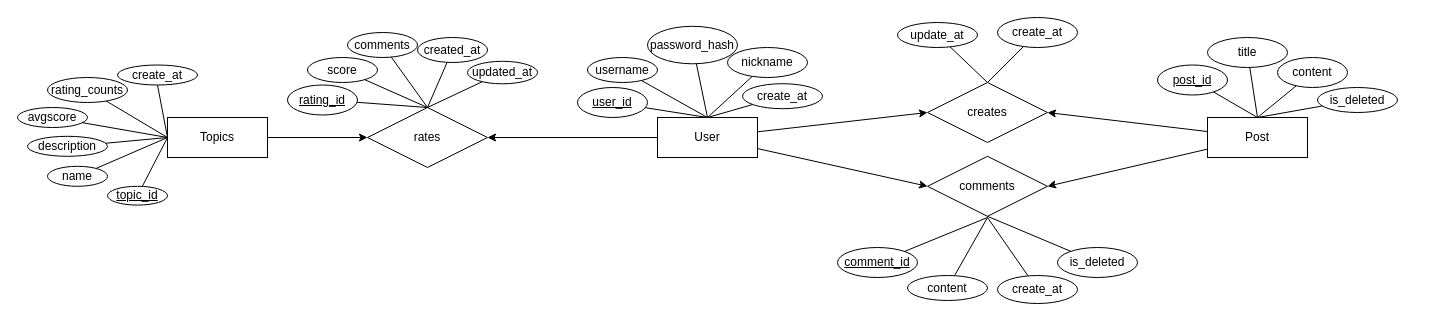
Earlier version of the draw.io diagram 5003_final_project.drawio (Nie-Tianyi/score_talk). Source tidied: cells renumbered, new cells numbered last; positions are measured from the earlier drawing's top-left corner, leaving out a move shared by most shapes. Both pictures are drawn from the tidied source at 100%, with x=0, y=0 at pixel (17, 17).
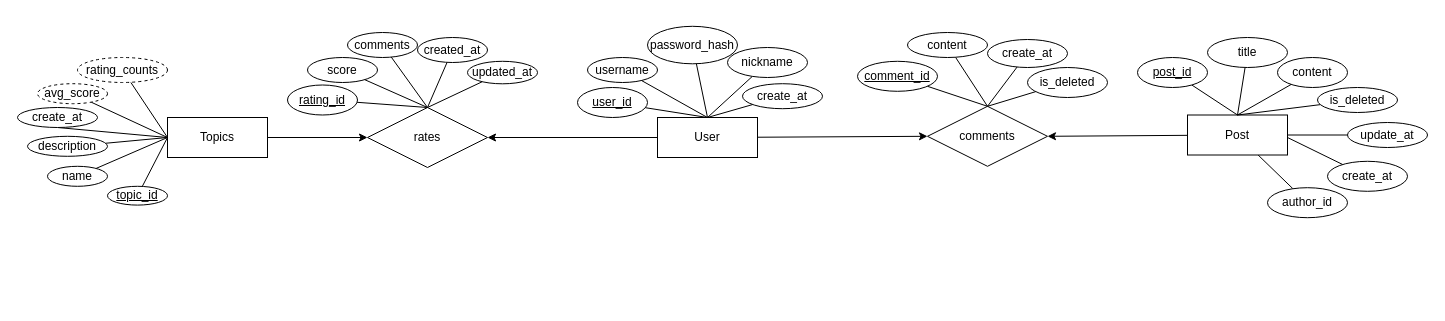
The same page after the edit.

Unchanged cells that the change refers to:
```xml
<mxCell id="5" value="User" style="whiteSpace=wrap;html=1;align=center;" parent="1" vertex="1">
  <mxGeometry x="640" y="100" width="100" height="40" as="geometry" />
</mxCell>
<mxCell id="33" value="Topics" style="whiteSpace=wrap;html=1;align=center;" parent="1" vertex="1">
  <mxGeometry x="150" y="100" width="100" height="40" as="geometry" />
</mxCell>
```

Change to the diagram source:
```diff
@@
-    <mxCell id="2" style="rounded=0;jettySize=auto;html=1;entryX=0;entryY=0.5;entryDx=0;entryDy=0;" parent="1" edge="1" source="5" target="31">
-      <mxGeometry relative="1" as="geometry" />
-    </mxCell>
@@
-    <mxCell id="16" style="rounded=0;jettySize=auto;html=1;entryX=1;entryY=0.5;entryDx=0;entryDy=0;" parent="1" edge="1" source="18" target="31">
-      <mxGeometry relative="1" as="geometry" />
-    </mxCell>
@@
+    <mxCell id="66" style="rounded=0;jettySize=auto;html=1;endArrow=none;endFill=0;" parent="1" edge="1" source="18" target="70">
+      <mxGeometry relative="1" as="geometry" />
+    </mxCell>
     <mxCell id="18" value="Post" style="whiteSpace=wrap;html=1;align=center;" parent="1" vertex="1">
-      <mxGeometry x="1190" y="100" width="100" height="40" as="geometry" />
+      <mxGeometry x="1170" y="97.5" width="100" height="40" as="geometry" />
     </mxCell>
@@
     <mxCell id="20" value="post_id" style="ellipse;whiteSpace=wrap;html=1;align=center;fontStyle=4;" parent="1" vertex="1">
-      <mxGeometry x="1140" y="47.5" width="70" height="30" as="geometry" />
+      <mxGeometry x="1120" y="40" width="70" height="30" as="geometry" />
     </mxCell>
@@
-    <mxCell id="25" style="rounded=0;jettySize=auto;html=1;endArrow=none;endFill=0;entryX=0.5;entryY=0;entryDx=0;entryDy=0;" parent="1" edge="1" source="26" target="31">
-      <mxGeometry relative="1" as="geometry" />
+    <mxCell id="25" style="rounded=0;jettySize=auto;html=1;endArrow=none;endFill=0;" parent="1" edge="1" source="26">
+      <mxGeometry relative="1" as="geometry">
+        <mxPoint x="1270" y="120" as="targetPoint" />
+      </mxGeometry>
     </mxCell>
     <mxCell id="26" value="create_at" style="ellipse;whiteSpace=wrap;html=1;align=center;" parent="1" vertex="1">
-      <mxGeometry x="980" width="80" height="30" as="geometry" />
+      <mxGeometry x="1310" y="143.8" width="80" height="30" as="geometry" />
     </mxCell>
-    <mxCell id="27" style="rounded=0;jettySize=auto;html=1;entryX=0.5;entryY=0;entryDx=0;entryDy=0;endArrow=none;endFill=0;" parent="1" edge="1" source="28" target="31">
+    <mxCell id="27" style="rounded=0;jettySize=auto;html=1;entryX=1;entryY=0.5;entryDx=0;entryDy=0;endArrow=none;endFill=0;" parent="1" edge="1" source="28" target="18">
       <mxGeometry relative="1" as="geometry" />
     </mxCell>
     <mxCell id="28" value="update_at" style="ellipse;whiteSpace=wrap;html=1;align=center;" parent="1" vertex="1">
-      <mxGeometry x="880" y="5" width="80" height="25" as="geometry" />
+      <mxGeometry x="1330" y="105" width="80" height="25" as="geometry" />
     </mxCell>
@@
-    <mxCell id="31" value="creates" style="shape=rhombus;perimeter=rhombusPerimeter;whiteSpace=wrap;html=1;align=center;" parent="1" vertex="1">
-      <mxGeometry x="910" y="65" width="120" height="60" as="geometry" />
-    </mxCell>
@@
-    <mxCell id="40" style="rounded=0;jettySize=auto;html=1;endArrow=none;endFill=0;entryX=0;entryY=0.5;entryDx=0;entryDy=0;" parent="1" edge="1" source="41" target="33">
-      <mxGeometry relative="1" as="geometry" />
-    </mxCell>
-    <mxCell id="41" value="avgscore" style="ellipse;whiteSpace=wrap;html=1;align=center;" parent="1" vertex="1">
-      <mxGeometry y="90" width="70" height="20" as="geometry" />
-    </mxCell>
-    <mxCell id="42" style="rounded=0;jettySize=auto;html=1;entryX=0;entryY=0.5;entryDx=0;entryDy=0;endArrow=none;endFill=0;" parent="1" edge="1" source="43" target="33">
-      <mxGeometry relative="1" as="geometry" />
-    </mxCell>
-    <mxCell id="43" value="rating_counts" style="ellipse;whiteSpace=wrap;html=1;align=center;" parent="1" vertex="1">
-      <mxGeometry x="30" y="60" width="80" height="25" as="geometry" />
-    </mxCell>
@@
     <mxCell id="45" value="create_at" style="ellipse;whiteSpace=wrap;html=1;align=center;" parent="1" vertex="1">
-      <mxGeometry x="100" y="47.5" width="80" height="20" as="geometry" />
+      <mxGeometry y="90" width="80" height="20" as="geometry" />
     </mxCell>
@@
     <mxCell id="57" value="comments" style="shape=rhombus;perimeter=rhombusPerimeter;whiteSpace=wrap;html=1;align=center;" parent="1" vertex="1">
-      <mxGeometry x="910" y="138.8" width="120" height="60" as="geometry" />
+      <mxGeometry x="910" y="88.8" width="120" height="60" as="geometry" />
     </mxCell>
-    <mxCell id="58" style="rounded=0;jettySize=auto;html=1;endArrow=none;endFill=0;" parent="1" edge="1" source="59">
-      <mxGeometry relative="1" as="geometry">
-        <mxPoint x="970" y="200" as="targetPoint" />
-      </mxGeometry>
+    <mxCell id="58" style="rounded=0;jettySize=auto;html=1;endArrow=none;endFill=0;entryX=0.5;entryY=0;entryDx=0;entryDy=0;" parent="1" edge="1" source="59" target="57">
+      <mxGeometry relative="1" as="geometry" />
     </mxCell>
     <mxCell id="59" value="comment_id" style="ellipse;whiteSpace=wrap;html=1;align=center;fontStyle=4;" parent="1" vertex="1">
-      <mxGeometry x="820" y="230" width="80" height="30" as="geometry" />
+      <mxGeometry x="840" y="43.8" width="80" height="30" as="geometry" />
     </mxCell>
-    <mxCell id="60" style="rounded=0;jettySize=auto;html=1;endArrow=none;endFill=0;" parent="1" edge="1" source="61">
-      <mxGeometry relative="1" as="geometry">
-        <mxPoint x="970" y="200" as="targetPoint" />
-      </mxGeometry>
+    <mxCell id="60" style="rounded=0;jettySize=auto;html=1;endArrow=none;endFill=0;entryX=0.5;entryY=0;entryDx=0;entryDy=0;" parent="1" edge="1" source="61" target="57">
+      <mxGeometry relative="1" as="geometry" />
     </mxCell>
     <mxCell id="61" value="content" style="ellipse;whiteSpace=wrap;html=1;align=center;" parent="1" vertex="1">
-      <mxGeometry x="890" y="258" width="80" height="25" as="geometry" />
+      <mxGeometry x="890" y="15" width="80" height="25" as="geometry" />
     </mxCell>
-    <mxCell id="62" style="rounded=0;jettySize=auto;html=1;endArrow=none;endFill=0;" parent="1" edge="1" source="63">
-      <mxGeometry relative="1" as="geometry">
-        <mxPoint x="970" y="200" as="targetPoint" />
-      </mxGeometry>
+    <mxCell id="62" style="rounded=0;jettySize=auto;html=1;endArrow=none;endFill=0;entryX=0.5;entryY=0;entryDx=0;entryDy=0;" parent="1" edge="1" source="63" target="57">
+      <mxGeometry relative="1" as="geometry" />
     </mxCell>
     <mxCell id="63" value="create_at" style="ellipse;whiteSpace=wrap;html=1;align=center;" parent="1" vertex="1">
-      <mxGeometry x="980" y="258" width="80" height="28" as="geometry" />
+      <mxGeometry x="970" y="22" width="80" height="28" as="geometry" />
     </mxCell>
-    <mxCell id="64" style="rounded=0;jettySize=auto;html=1;endArrow=none;endFill=0;entryX=0.5;entryY=1;entryDx=0;entryDy=0;" parent="1" edge="1" source="65" target="57">
+    <mxCell id="64" style="rounded=0;jettySize=auto;html=1;endArrow=none;endFill=0;entryX=0.5;entryY=0;entryDx=0;entryDy=0;" parent="1" edge="1" source="65" target="57">
       <mxGeometry relative="1" as="geometry" />
     </mxCell>
     <mxCell id="65" value="is_deleted" style="ellipse;whiteSpace=wrap;html=1;align=center;" parent="1" vertex="1">
-      <mxGeometry x="1040" y="230" width="80" height="30" as="geometry" />
+      <mxGeometry x="1010" y="50" width="80" height="30" as="geometry" />
     </mxCell>
+    <mxCell id="67" style="rounded=0;jettySize=auto;html=1;endArrow=none;endFill=0;" parent="1" edge="1" source="68">
+      <mxGeometry relative="1" as="geometry">
+        <mxPoint x="150" y="120" as="targetPoint" />
+      </mxGeometry>
+    </mxCell>
+    <mxCell id="68" value="avg_score" style="ellipse;whiteSpace=wrap;html=1;align=center;dashed=1;" parent="1" vertex="1">
+      <mxGeometry x="20" y="66.2" width="70" height="20" as="geometry" />
+    </mxCell>
+    <mxCell id="69" style="rounded=0;jettySize=auto;html=1;endArrow=none;endFill=0;" parent="1" edge="1" source="43">
+      <mxGeometry relative="1" as="geometry">
+        <mxPoint x="150" y="120" as="targetPoint" />
+      </mxGeometry>
+    </mxCell>
+    <mxCell id="43" value="rating_counts" style="ellipse;whiteSpace=wrap;html=1;align=center;dashed=1;" parent="1" vertex="1">
+      <mxGeometry x="60" y="40" width="90" height="25" as="geometry" />
+    </mxCell>
+    <mxCell id="70" value="author_id" style="ellipse;whiteSpace=wrap;html=1;align=center;" parent="1" vertex="1">
+      <mxGeometry x="1250" y="170.2" width="80" height="30" as="geometry" />
+    </mxCell>
```
